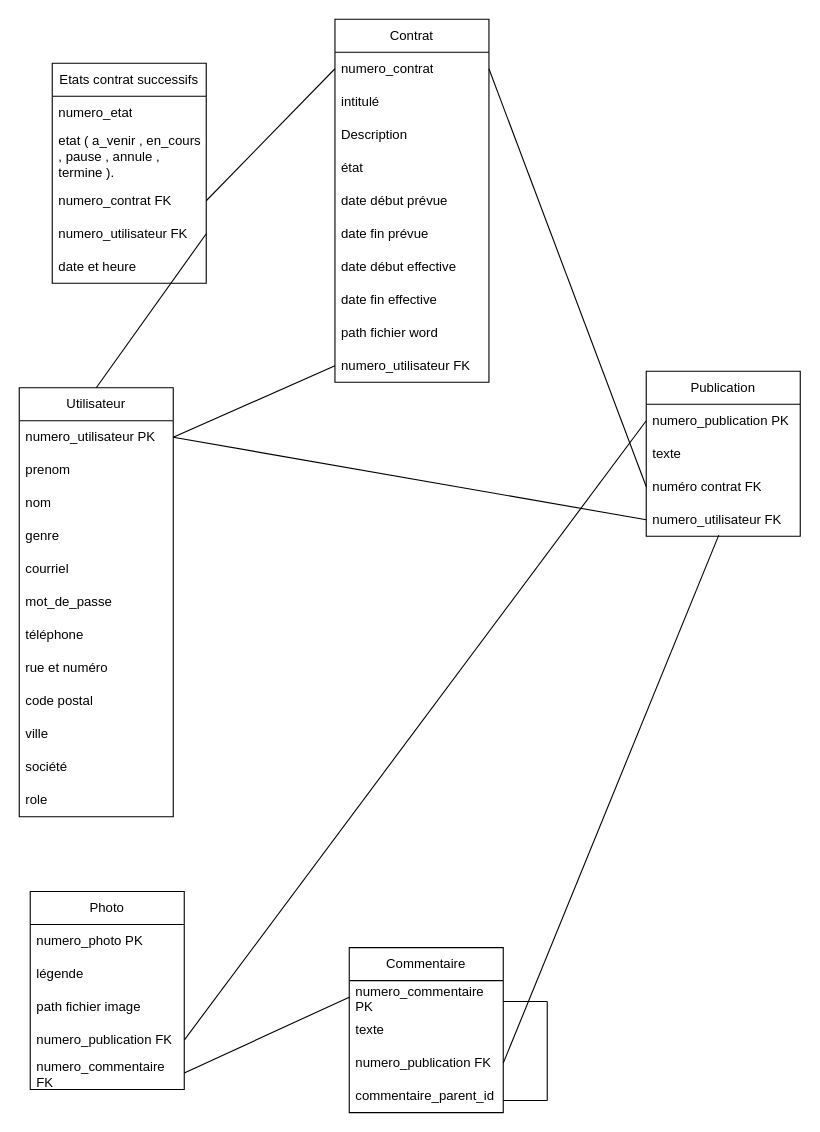
Before: MLD.drawio in Georges-github/Stage_chez_CLO, a draw.io diagram. Source tidied: cells renumbered, new cells numbered last; positions are measured from the earlier drawing's top-left corner, leaving out a move shared by most shapes. Both pictures are drawn from the tidied source at 110%, with x=0, y=0 at pixel (19, 19).
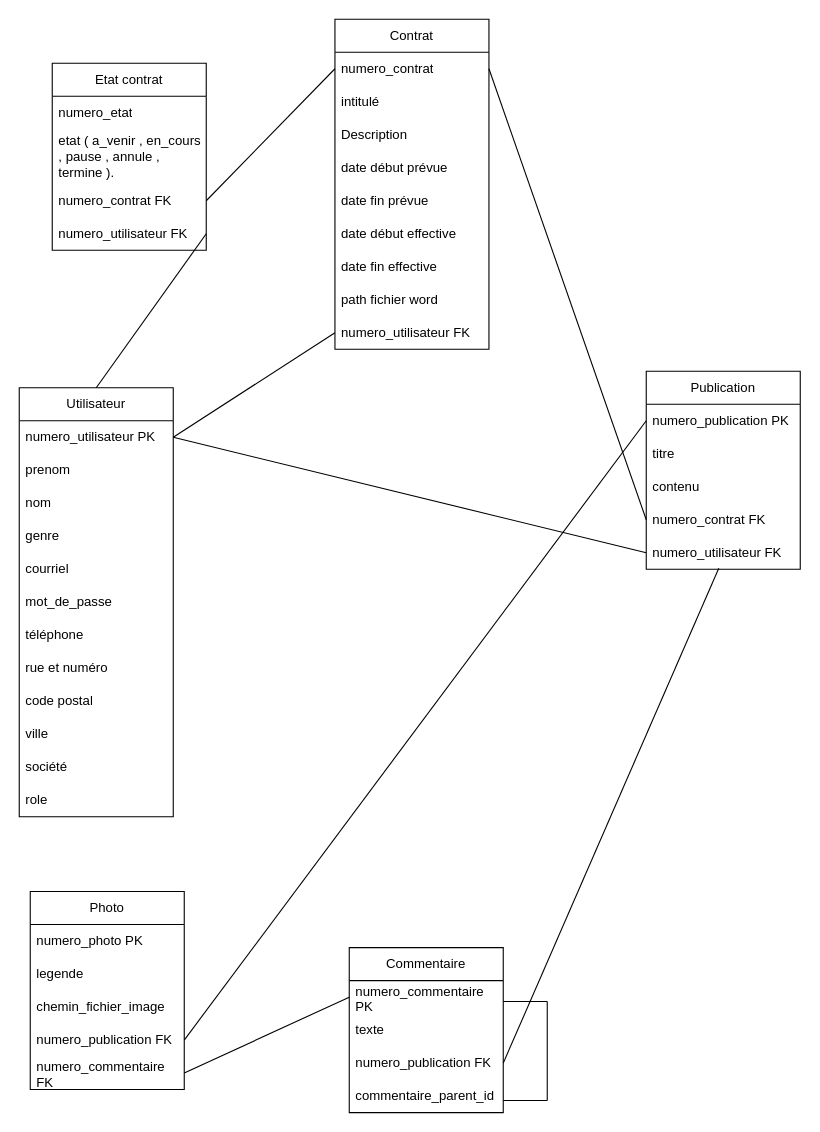
The same diagram, later.

Unchanged cells that the change refers to:
```xml
<mxCell id="2" value="Utilisateur" style="swimlane;fontStyle=0;horizontal=1;startSize=30;whiteSpace=wrap;html=1;" parent="1" vertex="1">
  <mxGeometry y="335" width="140" height="390" as="geometry" />
</mxCell>
<mxCell id="36" value="Photo" style="swimlane;fontStyle=0;horizontal=1;startSize=30;whiteSpace=wrap;html=1;" parent="1" vertex="1">
  <mxGeometry x="10" y="793" width="140" height="180" as="geometry" />
</mxCell>
```

What changed in the source:
```diff
@@
-    <mxCell id="3" value="numero_utilisateur PK" style="text;strokeColor=none;fillColor=none;align=left;verticalAlign=middle;spacingLeft=4;spacingRight=4;overflow=hidden;points=[[0,0.5],[1,0.5]];portConstraint=eastwest;whiteSpace=wrap;html=1;" parent="2" vertex="1">
+    <mxCell id="3" value="&lt;span style=&quot;color: rgb(0, 0, 0);&quot;&gt;numero_utilisateur PK&lt;/span&gt;" style="text;strokeColor=none;fillColor=none;align=left;verticalAlign=middle;spacingLeft=4;spacingRight=4;overflow=hidden;points=[[0,0.5],[1,0.5]];portConstraint=eastwest;whiteSpace=wrap;html=1;" parent="2" vertex="1">
       <mxGeometry y="30" width="140" height="30" as="geometry" />
     </mxCell>
@@
     <mxCell id="15" value="Contrat" style="swimlane;fontStyle=0;horizontal=1;startSize=30;whiteSpace=wrap;html=1;" parent="1" vertex="1">
-      <mxGeometry x="287" width="140" height="330" as="geometry" />
+      <mxGeometry x="287" width="140" height="300" as="geometry" />
     </mxCell>
@@
-    <mxCell id="19" value="état" style="text;strokeColor=none;fillColor=none;align=left;verticalAlign=middle;spacingLeft=4;spacingRight=4;overflow=hidden;whiteSpace=wrap;html=1;" parent="15" vertex="1">
-      <mxGeometry y="120" width="140" height="30" as="geometry" />
-    </mxCell>
     <mxCell id="20" value="date début prévue" style="text;strokeColor=none;fillColor=none;align=left;verticalAlign=middle;spacingLeft=4;spacingRight=4;overflow=hidden;whiteSpace=wrap;html=1;" parent="15" vertex="1">
-      <mxGeometry y="150" width="140" height="30" as="geometry" />
+      <mxGeometry y="120" width="140" height="30" as="geometry" />
     </mxCell>
     <mxCell id="21" value="date fin prévue" style="text;strokeColor=none;fillColor=none;align=left;verticalAlign=middle;spacingLeft=4;spacingRight=4;overflow=hidden;whiteSpace=wrap;html=1;" parent="15" vertex="1">
-      <mxGeometry y="180" width="140" height="30" as="geometry" />
+      <mxGeometry y="150" width="140" height="30" as="geometry" />
     </mxCell>
     <mxCell id="22" value="date début effective" style="text;strokeColor=none;fillColor=none;align=left;verticalAlign=middle;spacingLeft=4;spacingRight=4;overflow=hidden;whiteSpace=wrap;html=1;" parent="15" vertex="1">
-      <mxGeometry y="210" width="140" height="30" as="geometry" />
+      <mxGeometry y="180" width="140" height="30" as="geometry" />
     </mxCell>
     <mxCell id="23" value="date fin effective" style="text;strokeColor=none;fillColor=none;align=left;verticalAlign=middle;spacingLeft=4;spacingRight=4;overflow=hidden;whiteSpace=wrap;html=1;" parent="15" vertex="1">
-      <mxGeometry y="240" width="140" height="30" as="geometry" />
+      <mxGeometry y="210" width="140" height="30" as="geometry" />
     </mxCell>
     <mxCell id="24" value="path fichier word" style="text;strokeColor=none;fillColor=none;align=left;verticalAlign=middle;spacingLeft=4;spacingRight=4;overflow=hidden;whiteSpace=wrap;html=1;" parent="15" vertex="1">
-      <mxGeometry y="270" width="140" height="30" as="geometry" />
+      <mxGeometry y="240" width="140" height="30" as="geometry" />
     </mxCell>
-    <mxCell id="25" value="numero_utilisateur FK" style="text;strokeColor=none;fillColor=none;align=left;verticalAlign=middle;spacingLeft=4;spacingRight=4;overflow=hidden;points=[[0,0.5],[1,0.5]];portConstraint=eastwest;whiteSpace=wrap;html=1;" parent="15" vertex="1">
-      <mxGeometry y="300" width="140" height="30" as="geometry" />
+    <mxCell id="25" value="&lt;span style=&quot;color: rgb(0, 0, 0);&quot;&gt;numero_utilisateur FK&lt;/span&gt;" style="text;strokeColor=none;fillColor=none;align=left;verticalAlign=middle;spacingLeft=4;spacingRight=4;overflow=hidden;points=[[0,0.5],[1,0.5]];portConstraint=eastwest;whiteSpace=wrap;html=1;" parent="15" vertex="1">
+      <mxGeometry y="270" width="140" height="30" as="geometry" />
     </mxCell>
     <mxCell id="26" value="Publication" style="swimlane;fontStyle=0;horizontal=1;startSize=30;whiteSpace=wrap;html=1;" parent="1" vertex="1">
-      <mxGeometry x="570" y="320" width="140" height="150" as="geometry" />
+      <mxGeometry x="570" y="320" width="140" height="180" as="geometry" />
     </mxCell>
@@
+    <mxCell id="59" value="titre" style="text;strokeColor=none;fillColor=none;align=left;verticalAlign=middle;spacingLeft=4;spacingRight=4;overflow=hidden;whiteSpace=wrap;html=1;" parent="26" vertex="1">
+      <mxGeometry y="60" width="140" height="30" as="geometry" />
+    </mxCell>
-    <mxCell id="28" value="texte" style="text;strokeColor=none;fillColor=none;align=left;verticalAlign=middle;spacingLeft=4;spacingRight=4;overflow=hidden;whiteSpace=wrap;html=1;" parent="26" vertex="1">
-      <mxGeometry y="60" width="140" height="30" as="geometry" />
+    <mxCell id="28" value="contenu" style="text;strokeColor=none;fillColor=none;align=left;verticalAlign=middle;spacingLeft=4;spacingRight=4;overflow=hidden;whiteSpace=wrap;html=1;" parent="26" vertex="1">
+      <mxGeometry y="90" width="140" height="30" as="geometry" />
     </mxCell>
-    <mxCell id="29" value="numéro contrat FK" style="text;strokeColor=none;fillColor=none;align=left;verticalAlign=middle;spacingLeft=4;spacingRight=4;overflow=hidden;points=[[0,0.5],[1,0.5]];portConstraint=eastwest;whiteSpace=wrap;html=1;" parent="26" vertex="1">
-      <mxGeometry y="90" width="140" height="30" as="geometry" />
+    <mxCell id="29" value="numero_contrat FK" style="text;strokeColor=none;fillColor=none;align=left;verticalAlign=middle;spacingLeft=4;spacingRight=4;overflow=hidden;points=[[0,0.5],[1,0.5]];portConstraint=eastwest;whiteSpace=wrap;html=1;" parent="26" vertex="1">
+      <mxGeometry y="120" width="140" height="30" as="geometry" />
     </mxCell>
-    <mxCell id="30" value="numero_utilisateur FK" style="text;strokeColor=none;fillColor=none;align=left;verticalAlign=middle;spacingLeft=4;spacingRight=4;overflow=hidden;points=[[0,0.5],[1,0.5]];portConstraint=eastwest;whiteSpace=wrap;html=1;" parent="26" vertex="1">
-      <mxGeometry y="120" width="140" height="30" as="geometry" />
+    <mxCell id="30" value="&lt;span style=&quot;color: rgb(0, 0, 0);&quot;&gt;numero_utilisateur FK&lt;/span&gt;" style="text;strokeColor=none;fillColor=none;align=left;verticalAlign=middle;spacingLeft=4;spacingRight=4;overflow=hidden;points=[[0,0.5],[1,0.5]];portConstraint=eastwest;whiteSpace=wrap;html=1;" parent="26" vertex="1">
+      <mxGeometry y="150" width="140" height="30" as="geometry" />
     </mxCell>
@@
-    <mxCell id="38" value="légende" style="text;strokeColor=none;fillColor=none;align=left;verticalAlign=middle;spacingLeft=4;spacingRight=4;overflow=hidden;whiteSpace=wrap;html=1;" parent="36" vertex="1">
+    <mxCell id="38" value="legende" style="text;strokeColor=none;fillColor=none;align=left;verticalAlign=middle;spacingLeft=4;spacingRight=4;overflow=hidden;whiteSpace=wrap;html=1;" parent="36" vertex="1">
       <mxGeometry y="60" width="140" height="30" as="geometry" />
     </mxCell>
-    <mxCell id="39" value="path fichier image" style="text;strokeColor=none;fillColor=none;align=left;verticalAlign=middle;spacingLeft=4;spacingRight=4;overflow=hidden;whiteSpace=wrap;html=1;" parent="36" vertex="1">
+    <mxCell id="39" value="chemin_fichier_image" style="text;strokeColor=none;fillColor=none;align=left;verticalAlign=middle;spacingLeft=4;spacingRight=4;overflow=hidden;whiteSpace=wrap;html=1;" parent="36" vertex="1">
       <mxGeometry y="90" width="140" height="30" as="geometry" />
     </mxCell>
@@
-    <mxCell id="51" value="Etats contrat successifs" style="swimlane;fontStyle=0;horizontal=1;startSize=30;whiteSpace=wrap;html=1;" parent="1" vertex="1">
-      <mxGeometry x="30" y="40" width="140" height="200" as="geometry" />
+    <mxCell id="51" value="Etat contrat" style="swimlane;fontStyle=0;horizontal=1;startSize=30;whiteSpace=wrap;html=1;" parent="1" vertex="1">
+      <mxGeometry x="30" y="40" width="140" height="170" as="geometry" />
     </mxCell>
@@
-    <mxCell id="56" value="date et heure" style="text;strokeColor=none;fillColor=none;align=left;verticalAlign=middle;spacingLeft=4;spacingRight=4;overflow=hidden;whiteSpace=wrap;html=1;" parent="51" vertex="1">
-      <mxGeometry y="170" width="140" height="30" as="geometry" />
-    </mxCell>
```
